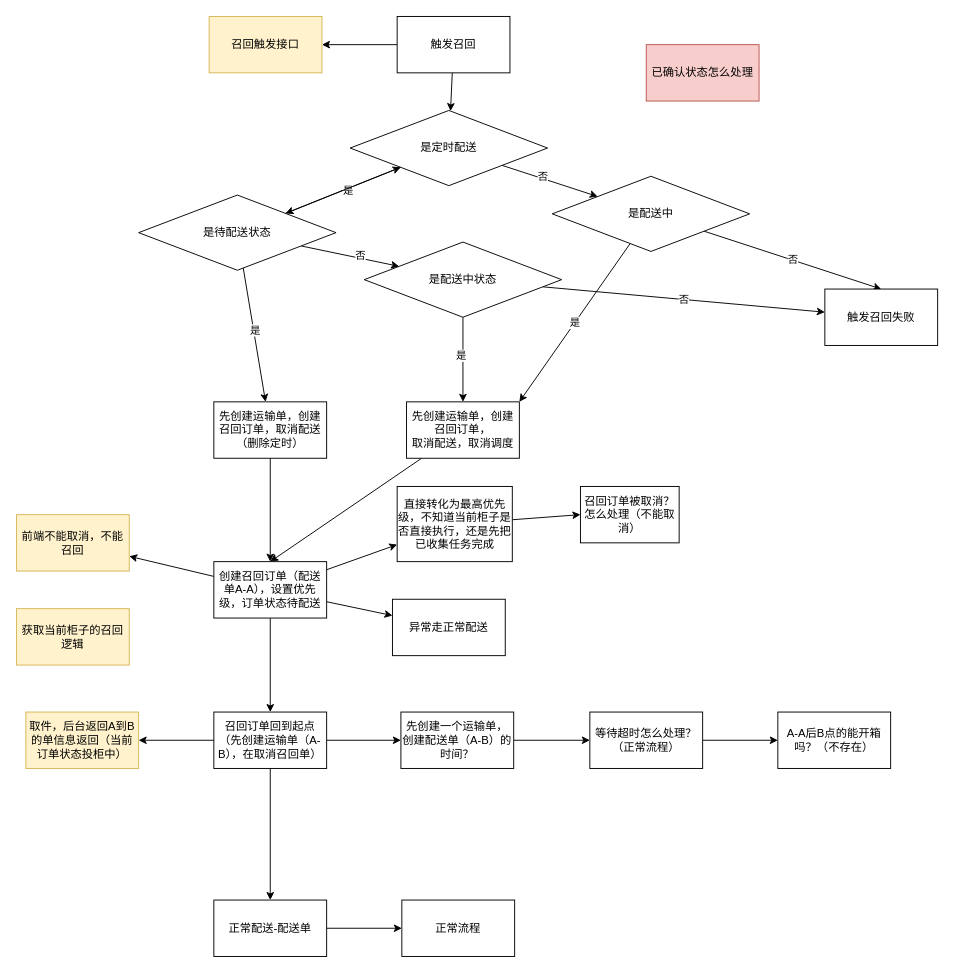
The draw.io diagram drawio/召回.drawio in loong-huangyu/word, before the edit. Source tidied: cells renumbered, new cells numbered last; positions are measured from the earlier drawing's top-left corner, leaving out a move shared by most shapes. Both pictures are drawn from the tidied source at 94%, with x=0, y=0 at pixel (16, 16).
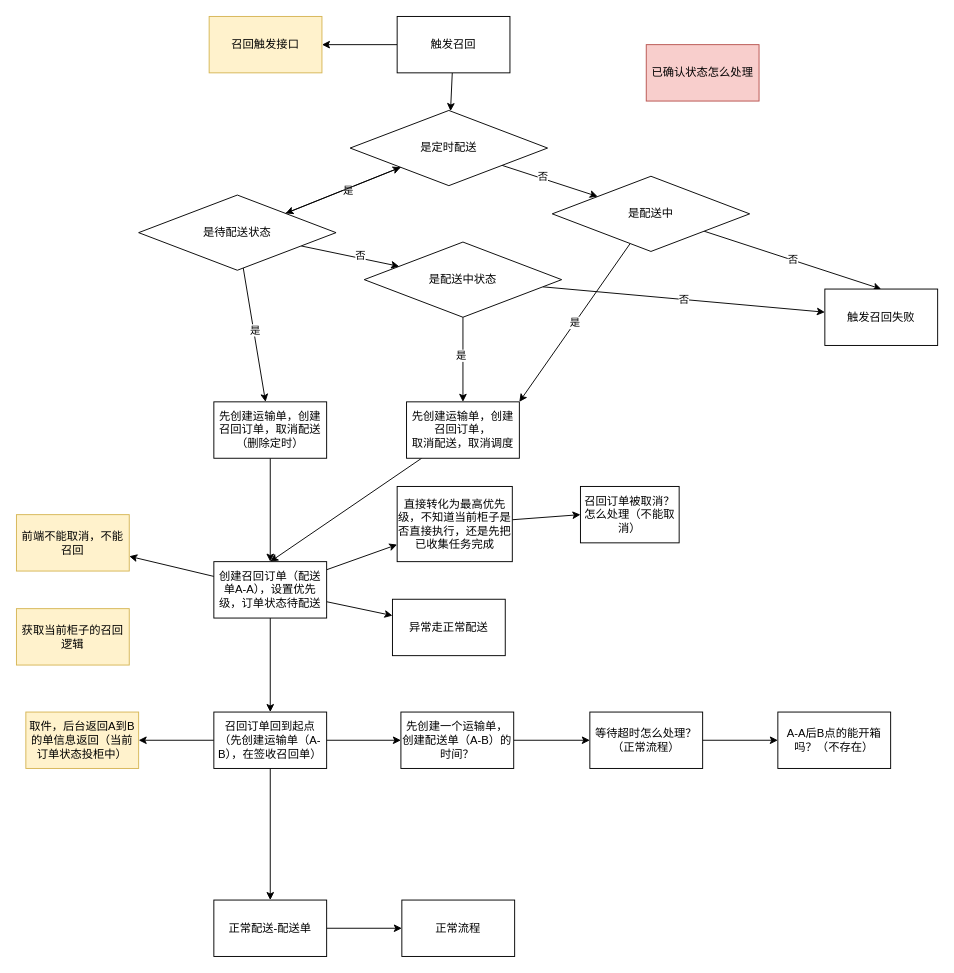
The same page after the edit.

What changed in the source:
```diff
@@
-    <mxCell id="36" value="召回订单回到起点（先创建运输单（A-B），在取消召回单）" style="whiteSpace=wrap;html=1;" parent="1" vertex="1">
+    <mxCell id="36" value="召回订单回到起点（先创建运输单（A-B），在签收召回单）" style="whiteSpace=wrap;html=1;" parent="1" vertex="1">
       <mxGeometry x="210" y="740" width="120" height="60" as="geometry" />
     </mxCell>
```
